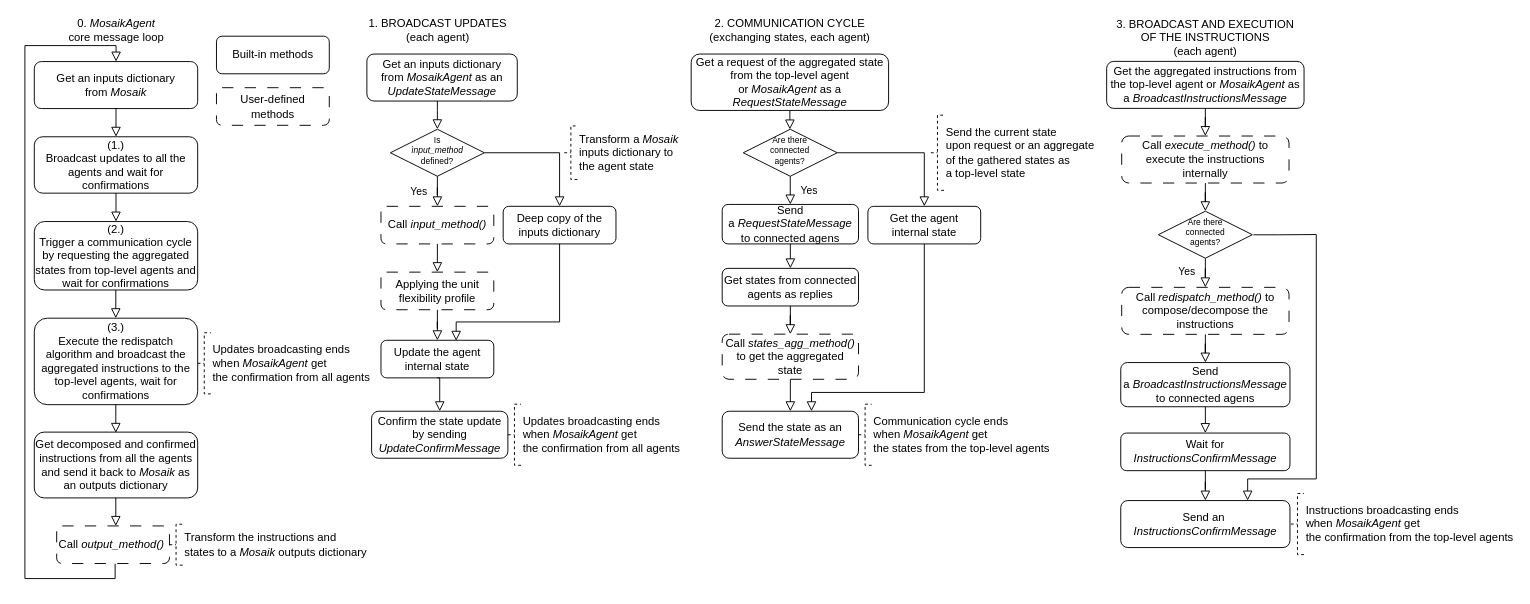
This is misc/mas.flow.drawio from Ellariel/mango_hybit, a draw.io file, before an edit. Source tidied: cells renumbered, new cells numbered last; positions are measured from the earlier drawing's top-left corner, leaving out a move shared by most shapes. Both pictures are drawn from the tidied source at 94%, with x=0, y=0 at pixel (24, 16).
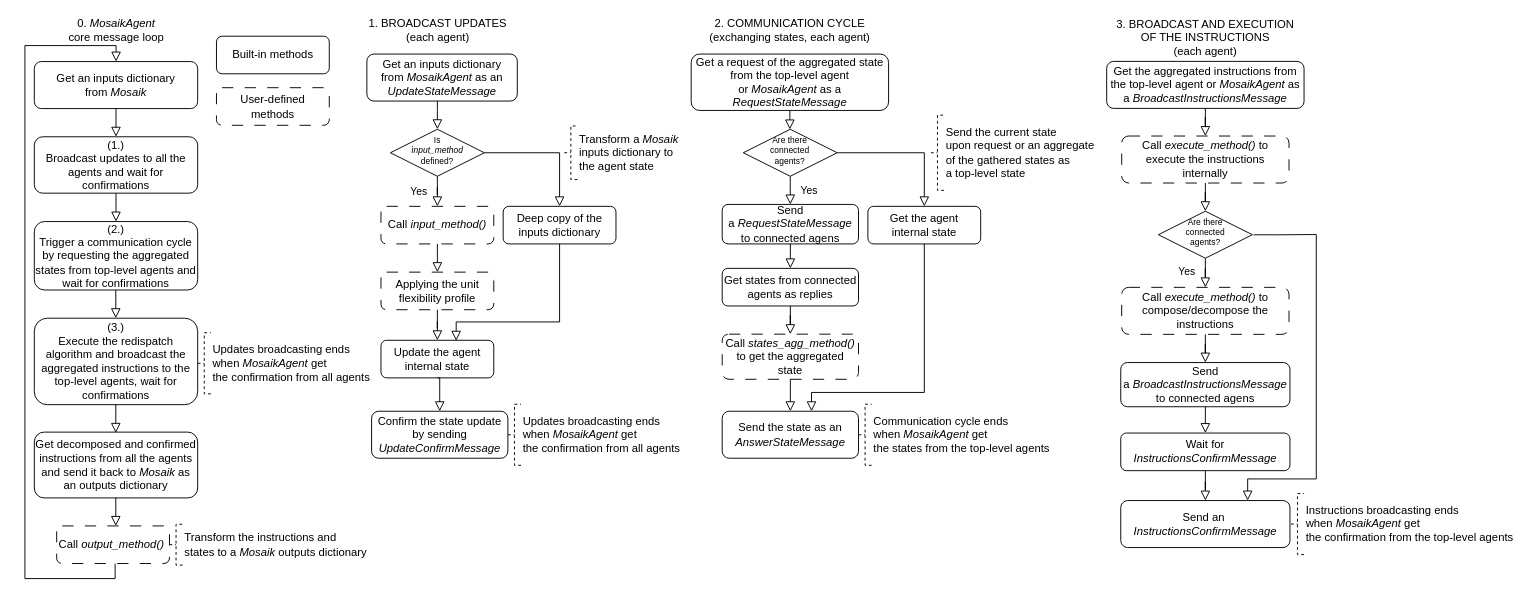
The same page after the edit.

Diff of the diagram source:
```diff
@@
-    <mxCell id="48" value="Call&amp;nbsp;&lt;i&gt;redispatch_method() &lt;/i&gt;to compose/decompose the instructions" style="rounded=1;whiteSpace=wrap;html=1;fontSize=12;glass=0;strokeWidth=1;shadow=0;dashed=1;dashPattern=12 12;" parent="1" vertex="1">
+    <mxCell id="48" value="Call&amp;nbsp;&lt;i&gt;execute_method&lt;/i&gt;&lt;i&gt;() &lt;/i&gt;to compose/decompose the instructions" style="rounded=1;whiteSpace=wrap;html=1;fontSize=12;glass=0;strokeWidth=1;shadow=0;dashed=1;dashPattern=12 12;" parent="1" vertex="1">
       <mxGeometry x="1166.8" y="288.2" width="178" height="50" as="geometry" />
     </mxCell>
```
